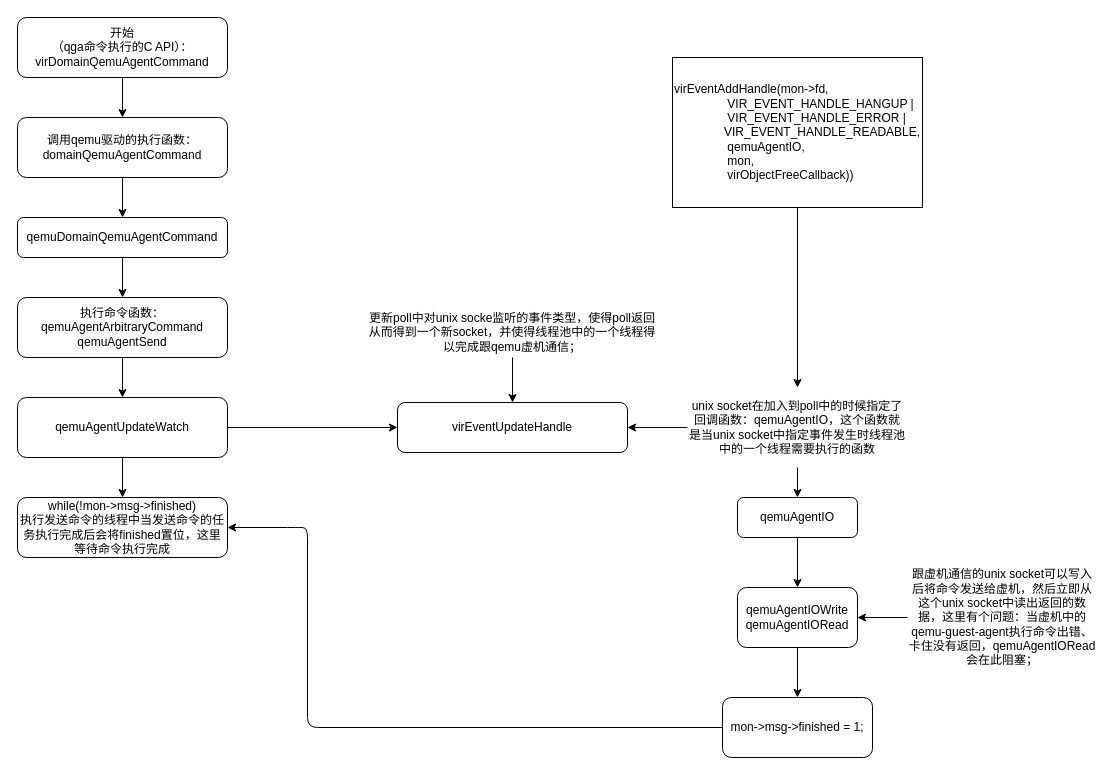
Earlier version of the draw.io diagram qemu-guest-agent命令执行流程.drawio (AndyLee130827/draw_io). Source tidied: cells renumbered, new cells numbered last; positions are measured from the earlier drawing's top-left corner, leaving out a move shared by most shapes. Both pictures are drawn from the tidied source at 100%, with x=0, y=0 at pixel (17, 17).
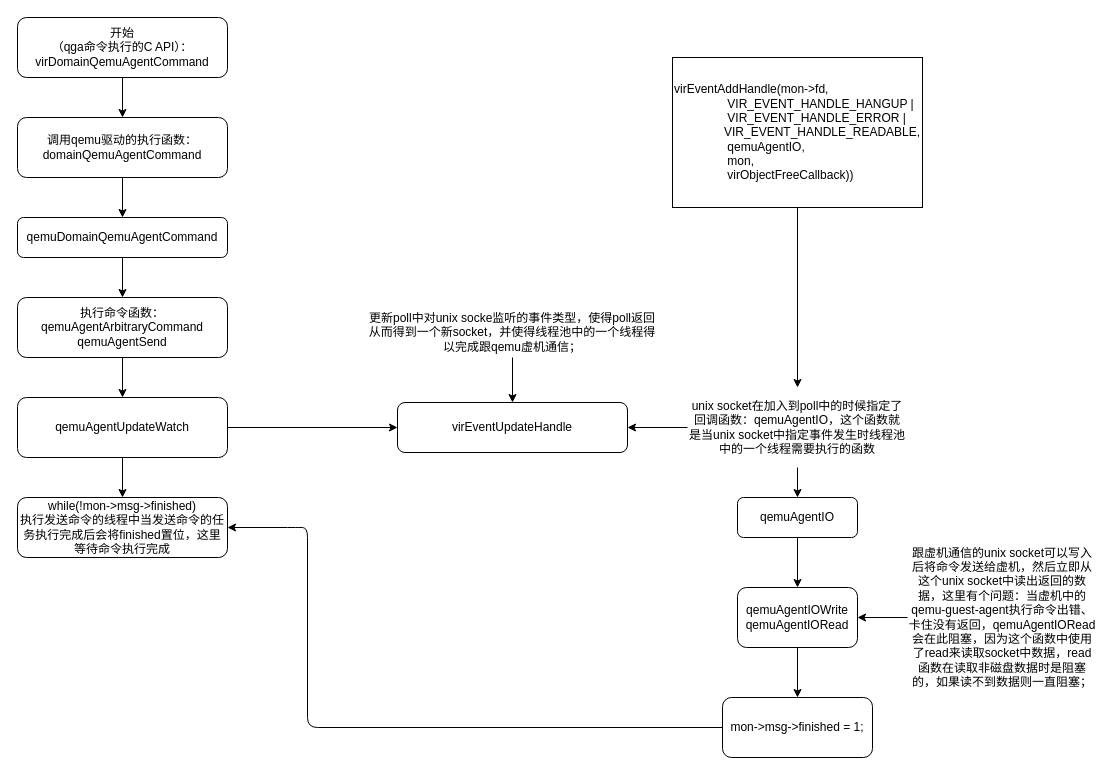
The same page after the edit.

Commit message:
已添加 qemu-guest-agent命令执行流程.drawio

What changed in the source:
```diff
@@
-    <mxCell id="26" value="跟虚机通信的unix socket可以写入后将命令发送给虚机，然后立即从这个unix socket中读出返回的数据，这里有个问题：当虚机中的qemu-guest-agent执行命令出错、卡住没有返回，qemuAgentIORead会在此阻塞；" style="text;html=1;strokeColor=none;fillColor=none;align=center;verticalAlign=middle;whiteSpace=wrap;rounded=0;" parent="1" vertex="1">
-      <mxGeometry x="890" y="565" width="190" height="70" as="geometry" />
+    <mxCell id="26" value="跟虚机通信的unix socket可以写入后将命令发送给虚机，然后立即从这个unix socket中读出返回的数据，这里有个问题：当虚机中的qemu-guest-agent执行命令出错、卡住没有返回，qemuAgentIORead会在此阻塞，因为这个函数中使用了read来读取socket中数据，read函数在读取非磁盘数据时是阻塞的，如果读不到数据则一直阻塞；" style="text;html=1;strokeColor=none;fillColor=none;align=center;verticalAlign=middle;whiteSpace=wrap;rounded=0;" parent="1" vertex="1">
+      <mxGeometry x="890" y="520" width="190" height="160" as="geometry" />
     </mxCell>
```
